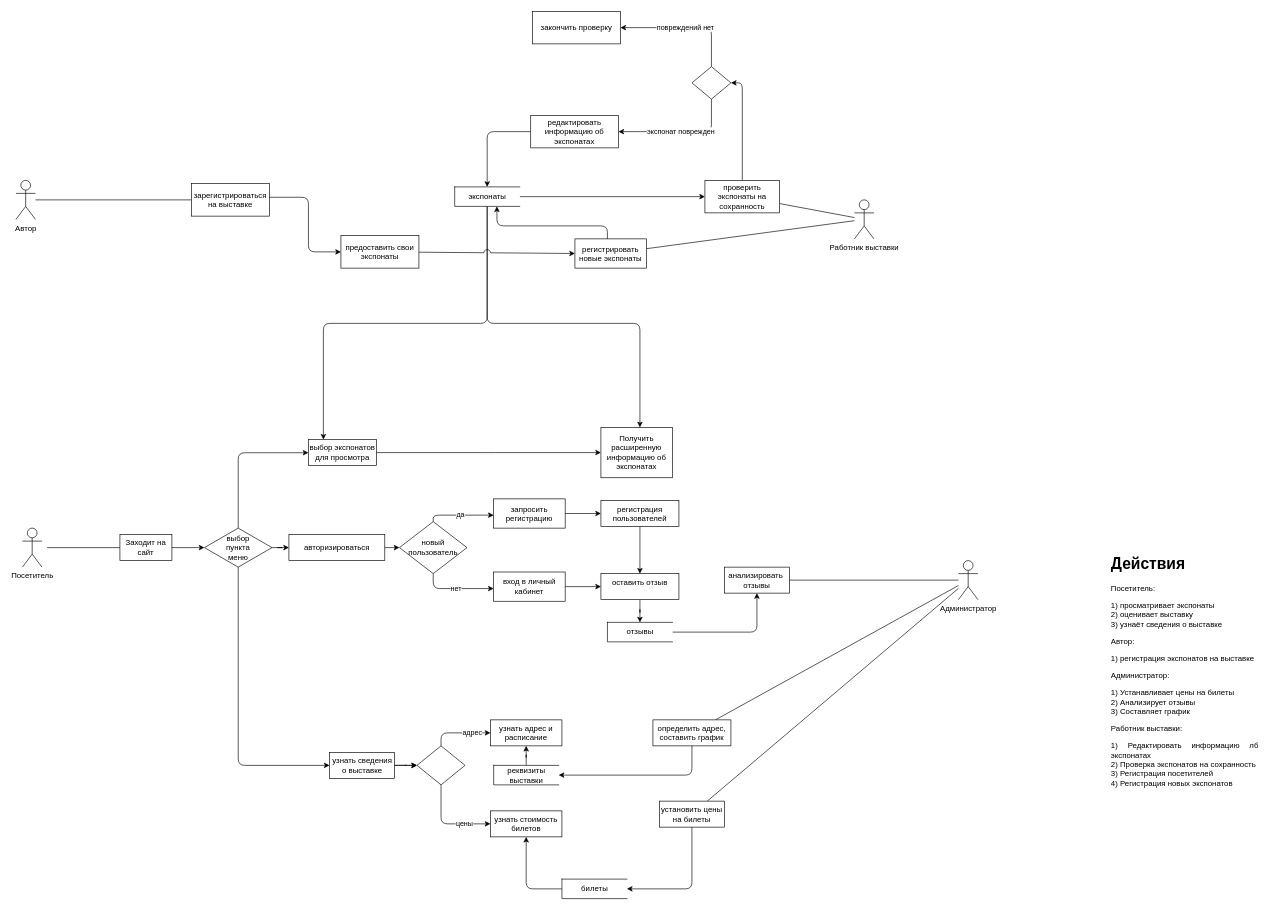
OlgaMats/- keeps this draw.io diagram as page "Page-1" (1 of 3) of Diagrams/DFD_use-case.drawio. Above is the earlier version. Source tidied: cells renumbered, new cells numbered last; positions are measured from the earlier drawing's top-left corner, leaving out a move shared by most shapes. Both pictures are drawn from the tidied source at 65%, with x=0, y=0 at pixel (16, 11).
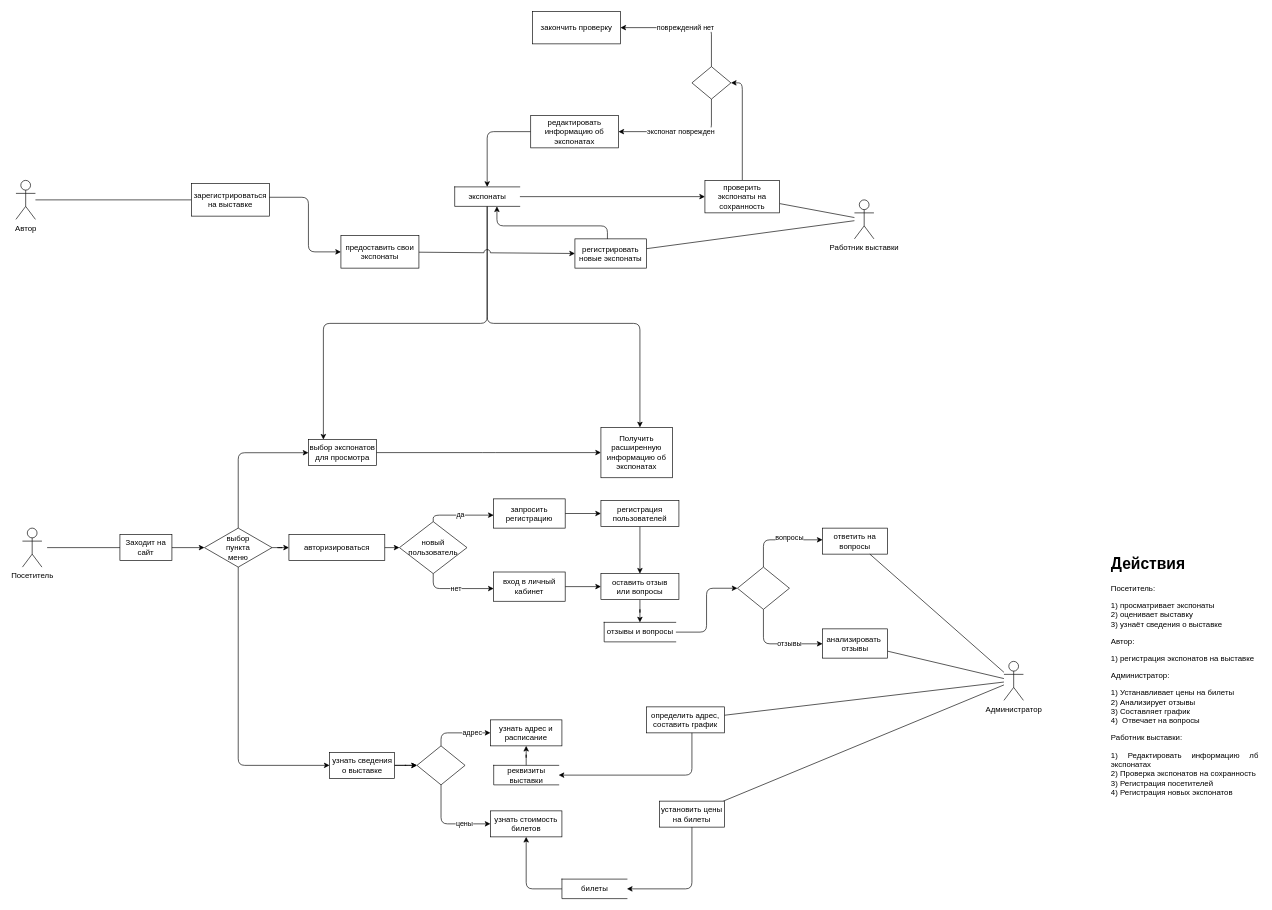
The same diagram, later.

The edit, as a diff of the source:
```diff
@@
-    <mxCell id="2" value="&lt;h1&gt;Действия&lt;/h1&gt;&lt;p&gt;Посетитель:&lt;/p&gt;&lt;p style=&quot;text-align: justify&quot;&gt;&lt;span&gt;1) п&lt;/span&gt;&lt;span&gt;росматривает экспонаты&lt;/span&gt;&lt;br&gt;&lt;span&gt;2) оценивает выставку&lt;/span&gt;&lt;br&gt;&lt;span&gt;3) узнаёт сведения о выставке&lt;/span&gt;&lt;br&gt;&lt;/p&gt;&lt;p style=&quot;text-align: justify&quot;&gt;&lt;span&gt;Автор:&lt;/span&gt;&lt;/p&gt;&lt;p style=&quot;text-align: justify&quot;&gt;&lt;span&gt;1) регистрация экспонатов на выставке&lt;/span&gt;&lt;/p&gt;&lt;p style=&quot;text-align: justify&quot;&gt;&lt;span&gt;Администратор:&lt;/span&gt;&lt;/p&gt;&lt;p style=&quot;text-align: justify&quot;&gt;&lt;/p&gt;&lt;div style=&quot;text-align: justify&quot;&gt;&lt;span style=&quot;text-align: left&quot;&gt;1) Устанавливает цены на билеты&lt;/span&gt;&lt;br&gt;&lt;span&gt;2) Анализирует отзывы&lt;/span&gt;&lt;br&gt;&lt;span style=&quot;text-align: left&quot;&gt;3) Составляет график&lt;/span&gt;&lt;/div&gt;&lt;p style=&quot;text-align: justify&quot;&gt;&lt;span style=&quot;text-align: left&quot;&gt;Работник выставки:&lt;/span&gt;&lt;/p&gt;&lt;p style=&quot;text-align: justify&quot;&gt;&lt;span style=&quot;text-align: left&quot;&gt;1) Редактировать информацию лб экспонатах&lt;/span&gt;&lt;br&gt;&lt;span style=&quot;text-align: left&quot;&gt;2) Проверка экспонатов на сохранность&lt;/span&gt;&lt;br&gt;&lt;span style=&quot;text-align: left&quot;&gt;3) Регистрация посетителей&lt;/span&gt;&lt;br&gt;&lt;span style=&quot;text-align: left&quot;&gt;4) Регистрация новых экспонатов&lt;/span&gt;&lt;br&gt;&lt;/p&gt;&lt;p&gt;&lt;/p&gt;&lt;p&gt;&lt;/p&gt;" style="text;html=1;strokeColor=none;fillColor=none;spacing=5;spacingTop=-20;whiteSpace=wrap;overflow=hidden;rounded=0;hachureGap=4;" parent="1" vertex="1">
+    <mxCell id="2" value="&lt;h1&gt;Действия&lt;/h1&gt;&lt;p&gt;Посетитель:&lt;/p&gt;&lt;p style=&quot;text-align: justify&quot;&gt;&lt;span&gt;1) п&lt;/span&gt;&lt;span&gt;росматривает экспонаты&lt;/span&gt;&lt;br&gt;&lt;span&gt;2) оценивает выставку&lt;/span&gt;&lt;br&gt;&lt;span&gt;3) узнаёт сведения о выставке&lt;/span&gt;&lt;br&gt;&lt;/p&gt;&lt;p style=&quot;text-align: justify&quot;&gt;&lt;span&gt;Автор:&lt;/span&gt;&lt;/p&gt;&lt;p style=&quot;text-align: justify&quot;&gt;&lt;span&gt;1) регистрация экспонатов на выставке&lt;/span&gt;&lt;/p&gt;&lt;p style=&quot;text-align: justify&quot;&gt;&lt;span&gt;Администратор:&lt;/span&gt;&lt;/p&gt;&lt;p style=&quot;text-align: justify&quot;&gt;&lt;/p&gt;&lt;div style=&quot;text-align: justify&quot;&gt;&lt;span style=&quot;text-align: left&quot;&gt;1) Устанавливает цены на билеты&lt;/span&gt;&lt;br&gt;&lt;span&gt;2) Анализирует отзывы&lt;/span&gt;&lt;br&gt;&lt;span style=&quot;text-align: left&quot;&gt;3) Составляет график&lt;/span&gt;&lt;/div&gt;&lt;div style=&quot;text-align: justify&quot;&gt;&lt;span style=&quot;text-align: left&quot;&gt;4)&amp;nbsp; Отвечает на вопросы&lt;/span&gt;&lt;/div&gt;&lt;p style=&quot;text-align: justify&quot;&gt;&lt;span style=&quot;text-align: left&quot;&gt;Работник выставки:&lt;/span&gt;&lt;/p&gt;&lt;p style=&quot;text-align: justify&quot;&gt;&lt;span style=&quot;text-align: left&quot;&gt;1) Редактировать информацию лб экспонатах&lt;/span&gt;&lt;br&gt;&lt;span style=&quot;text-align: left&quot;&gt;2) Проверка экспонатов на сохранность&lt;/span&gt;&lt;br&gt;&lt;span style=&quot;text-align: left&quot;&gt;3) Регистрация посетителей&lt;/span&gt;&lt;br&gt;&lt;span style=&quot;text-align: left&quot;&gt;4) Регистрация новых экспонатов&lt;/span&gt;&lt;br&gt;&lt;/p&gt;&lt;p&gt;&lt;/p&gt;&lt;p&gt;&lt;/p&gt;" style="text;html=1;strokeColor=none;fillColor=none;spacing=5;spacingTop=-20;whiteSpace=wrap;overflow=hidden;rounded=0;hachureGap=4;" parent="1" vertex="1">
       <mxGeometry x="1680" y="830" width="235" height="490" as="geometry" />
     </mxCell>
@@
     <mxCell id="25" value="Администратор" style="shape=umlActor;verticalLabelPosition=bottom;verticalAlign=top;html=1;outlineConnect=0;fontSize=12;strokeWidth=1;" parent="1" vertex="1">
-      <mxGeometry x="1450" y="845" width="30" height="60" as="geometry" />
+      <mxGeometry x="1520" y="1000" width="30" height="60" as="geometry" />
     </mxCell>
@@
     <mxCell id="29" value="анализировать&amp;nbsp;&lt;br&gt;отзывы" style="rounded=0;whiteSpace=wrap;html=1;hachureGap=4;strokeWidth=1;" parent="1" vertex="1">
-      <mxGeometry x="1090" y="855" width="100" height="40" as="geometry" />
+      <mxGeometry x="1241" y="950" width="100" height="45" as="geometry" />
     </mxCell>
@@
     <mxCell id="31" value="определить адрес, составить график" style="rounded=0;whiteSpace=wrap;html=1;hachureGap=4;strokeWidth=1;" parent="1" vertex="1">
-      <mxGeometry x="980" y="1090" width="120" height="40" as="geometry" />
+      <mxGeometry x="970" y="1070" width="120" height="40" as="geometry" />
     </mxCell>
@@
-    <mxCell id="54" value="оставить отзыв" style="whiteSpace=wrap;html=1;verticalAlign=top;strokeWidth=1;" parent="1" vertex="1">
+    <mxCell id="54" value="оставить отзыв&lt;br&gt;или вопросы" style="whiteSpace=wrap;html=1;verticalAlign=top;strokeWidth=1;" parent="1" vertex="1">
       <mxGeometry x="900" y="865" width="120" height="40" as="geometry" />
     </mxCell>
@@
-    <mxCell id="70" style="edgeStyle=orthogonalEdgeStyle;rounded=1;jettySize=auto;html=1;" parent="1" edge="1" source="71" target="29">
+    <mxCell id="70" style="edgeStyle=orthogonalEdgeStyle;rounded=1;jettySize=auto;html=1;entryX=0;entryY=0.5;entryDx=0;entryDy=0;entryPerimeter=0;" parent="1" edge="1" source="71" target="77">
       <mxGeometry relative="1" as="geometry" />
     </mxCell>
-    <mxCell id="71" value="отзывы" style="html=1;dashed=0;whitespace=wrap;shape=partialRectangle;right=0;" parent="1" vertex="1">
-      <mxGeometry x="910" y="940" width="100" height="30" as="geometry" />
+    <mxCell id="71" value="отзывы и вопросы" style="html=1;dashed=0;whitespace=wrap;shape=partialRectangle;right=0;" parent="1" vertex="1">
+      <mxGeometry x="905" y="940" width="110" height="30" as="geometry" />
     </mxCell>
@@
+    <mxCell id="74" value="ответить на вопросы" style="rounded=0;whiteSpace=wrap;html=1;hachureGap=4;strokeWidth=1;" parent="1" vertex="1">
+      <mxGeometry x="1241" y="795" width="100" height="40" as="geometry" />
+    </mxCell>
+    <mxCell id="75" value="вопросы" style="edgeStyle=orthogonalEdgeStyle;jettySize=auto;html=1;rounded=1;" parent="1" edge="1" source="77" target="74">
+      <mxGeometry x="0.23" y="3" relative="1" as="geometry">
+        <Array as="points">
+          <mxPoint x="1150" y="813" />
+        </Array>
+      </mxGeometry>
+    </mxCell>
+    <mxCell id="76" value="отзывы" style="edgeStyle=orthogonalEdgeStyle;rounded=1;jettySize=auto;html=1;" parent="1" edge="1" source="77" target="29">
+      <mxGeometry x="0.29" relative="1" as="geometry">
+        <Array as="points">
+          <mxPoint x="1150" y="973" />
+        </Array>
+      </mxGeometry>
+    </mxCell>
+    <mxCell id="77" style="strokeWidth=1;html=1;shape=mxgraph.flowchart.decision;whiteSpace=wrap;" parent="1" vertex="1">
+      <mxGeometry x="1110" y="855" width="80" height="65" as="geometry" />
+    </mxCell>
+    <mxCell id="78" style="endArrow=none;html=1;fontSize=12;endFill=0;" parent="1" edge="1" source="25" target="74">
+      <mxGeometry relative="1" as="geometry" />
+    </mxCell>
```
